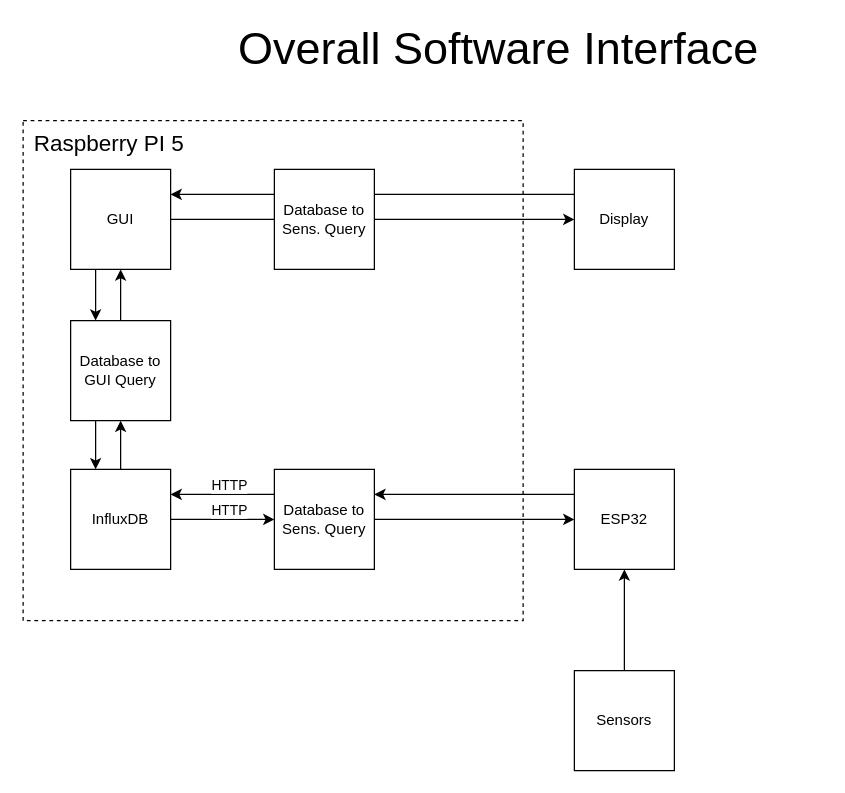
Before: diagrams/Overall_Software_Interface.drawio in martintara/kaffeknekt, a draw.io diagram. Source tidied: cells renumbered, new cells numbered last; positions are measured from the earlier drawing's top-left corner, leaving out a move shared by most shapes. Both pictures are drawn from the tidied source at 125%, with x=0, y=0 at pixel (21, 29).
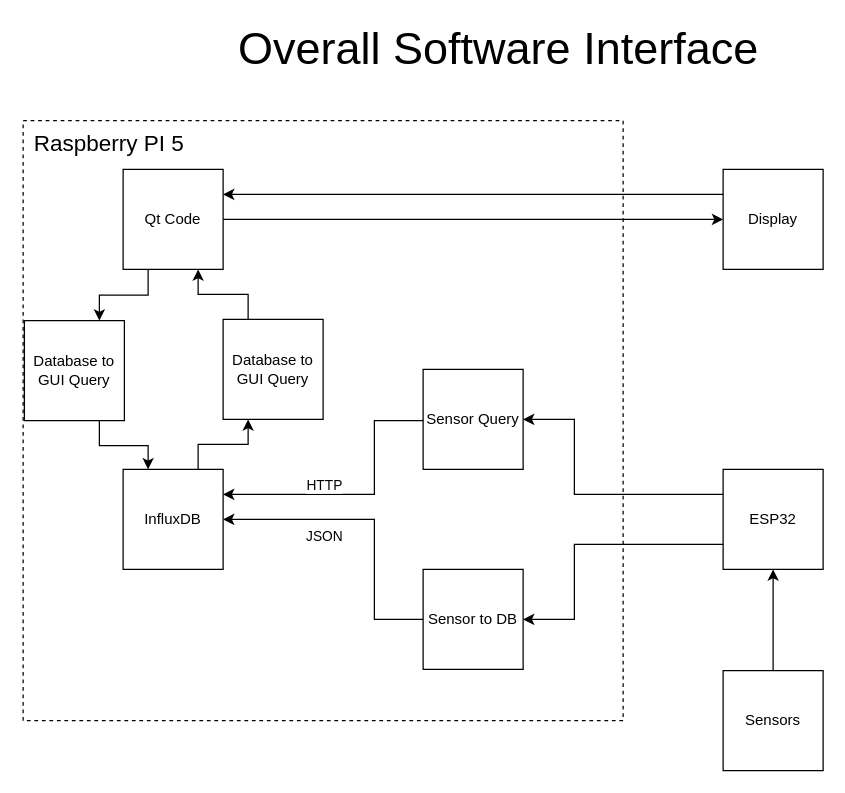
Above is the later version.

The edit, as a diff of the source:
```diff
@@
     <mxCell id="3" style="whiteSpace=wrap;html=1;dashed=1;fillColor=none;" parent="1" vertex="1">
-      <mxGeometry x="1" y="73" width="400" height="400" as="geometry" />
+      <mxGeometry x="1" y="73" width="480" height="480" as="geometry" />
     </mxCell>
-    <mxCell id="4" style="edgeStyle=orthogonalEdgeStyle;rounded=0;jettySize=auto;html=1;exitX=1;exitY=0.5;exitDx=0;exitDy=0;" parent="1" edge="1" source="7" target="21">
-      <mxGeometry relative="1" as="geometry" />
+    <mxCell id="4" style="edgeStyle=orthogonalEdgeStyle;rounded=0;jettySize=auto;html=1;entryX=1;entryY=0.5;entryDx=0;entryDy=0;" parent="1" edge="1" source="21" target="7">
+      <mxGeometry relative="1" as="geometry">
+        <Array as="points">
+          <mxPoint x="282" y="472" />
+          <mxPoint x="282" y="392" />
+        </Array>
+      </mxGeometry>
     </mxCell>
-    <mxCell id="5" value="HTTP" style="edgeLabel;html=1;align=center;verticalAlign=middle;" parent="4" vertex="1">
+    <mxCell id="5" value="JSON" style="edgeLabel;html=1;align=center;verticalAlign=middle;" parent="4" vertex="1">
       <mxGeometry x="-0.07" y="-2" relative="1" as="geometry">
-        <mxPoint x="7" y="-10" as="offset" />
+        <mxPoint x="-43" y="6" as="offset" />
       </mxGeometry>
     </mxCell>
-    <mxCell id="6" style="edgeStyle=orthogonalEdgeStyle;rounded=0;jettySize=auto;html=1;exitX=0.5;exitY=0;exitDx=0;exitDy=0;entryX=0.5;entryY=1;entryDx=0;entryDy=0;" parent="1" edge="1" source="7" target="24">
+    <mxCell id="6" style="edgeStyle=orthogonalEdgeStyle;rounded=0;jettySize=auto;html=1;exitX=0.75;exitY=0;exitDx=0;exitDy=0;entryX=0.25;entryY=1;entryDx=0;entryDy=0;" parent="1" edge="1" source="7" target="24">
       <mxGeometry relative="1" as="geometry" />
     </mxCell>
     <mxCell id="7" value="InfluxDB" style="whiteSpace=wrap;html=1;" parent="1" vertex="1">
-      <mxGeometry x="39" y="352" width="80" height="80" as="geometry" />
+      <mxGeometry x="81" y="352" width="80" height="80" as="geometry" />
     </mxCell>
@@
-    <mxCell id="9" style="edgeStyle=orthogonalEdgeStyle;rounded=0;jettySize=auto;html=1;exitX=0.25;exitY=1;exitDx=0;exitDy=0;entryX=0.25;entryY=0;entryDx=0;entryDy=0;" parent="1" edge="1" source="10" target="24">
-      <mxGeometry relative="1" as="geometry" />
-    </mxCell>
+    <mxCell id="26" style="edgeStyle=orthogonalEdgeStyle;rounded=0;jettySize=auto;html=1;exitX=0.25;exitY=1;exitDx=0;exitDy=0;entryX=0.75;entryY=0;entryDx=0;entryDy=0;" parent="1" edge="1" source="10" target="29">
+      <mxGeometry relative="1" as="geometry" />
+    </mxCell>
-    <mxCell id="10" value="GUI" style="whiteSpace=wrap;html=1;" parent="1" vertex="1">
-      <mxGeometry x="39" y="112" width="80" height="80" as="geometry" />
+    <mxCell id="10" value="Qt Code" style="whiteSpace=wrap;html=1;" parent="1" vertex="1">
+      <mxGeometry x="81" y="112" width="80" height="80" as="geometry" />
     </mxCell>
@@
-    <mxCell id="12" style="edgeStyle=orthogonalEdgeStyle;rounded=0;jettySize=auto;html=1;exitX=0;exitY=0.25;exitDx=0;exitDy=0;entryX=1;entryY=0.25;entryDx=0;entryDy=0;" parent="1" edge="1" source="13" target="21">
-      <mxGeometry relative="1" as="geometry" />
-    </mxCell>
+    <mxCell id="27" style="edgeStyle=orthogonalEdgeStyle;rounded=0;jettySize=auto;html=1;exitX=0;exitY=0.25;exitDx=0;exitDy=0;entryX=1;entryY=0.5;entryDx=0;entryDy=0;" parent="1" edge="1" source="13" target="30">
+      <mxGeometry relative="1" as="geometry">
+        <Array as="points">
+          <mxPoint x="442" y="372" />
+          <mxPoint x="442" y="312" />
+        </Array>
+      </mxGeometry>
+    </mxCell>
     <mxCell id="13" value="ESP32" style="whiteSpace=wrap;html=1;" parent="1" vertex="1">
-      <mxGeometry x="442" y="352" width="80" height="80" as="geometry" />
+      <mxGeometry x="561" y="352" width="80" height="80" as="geometry" />
     </mxCell>
@@
     <mxCell id="15" value="Sensors" style="whiteSpace=wrap;html=1;" parent="1" vertex="1">
-      <mxGeometry x="442" y="513" width="80" height="80" as="geometry" />
+      <mxGeometry x="561" y="513" width="80" height="80" as="geometry" />
     </mxCell>
@@
     <mxCell id="17" value="Display" style="whiteSpace=wrap;html=1;" parent="1" vertex="1">
-      <mxGeometry x="442" y="112" width="80" height="80" as="geometry" />
+      <mxGeometry x="561" y="112" width="80" height="80" as="geometry" />
     </mxCell>
-    <mxCell id="18" style="edgeStyle=orthogonalEdgeStyle;rounded=0;jettySize=auto;html=1;exitX=1;exitY=0.5;exitDx=0;exitDy=0;entryX=0;entryY=0.5;entryDx=0;entryDy=0;" parent="1" edge="1" source="21" target="13">
-      <mxGeometry relative="1" as="geometry" />
+    <mxCell id="18" style="edgeStyle=orthogonalEdgeStyle;rounded=0;jettySize=auto;html=1;exitX=0;exitY=0.75;exitDx=0;exitDy=0;entryX=1;entryY=0.5;entryDx=0;entryDy=0;" parent="1" edge="1" source="13" target="21">
+      <mxGeometry relative="1" as="geometry">
+        <Array as="points">
+          <mxPoint x="442" y="412" />
+          <mxPoint x="442" y="472" />
+        </Array>
+      </mxGeometry>
     </mxCell>
-    <mxCell id="19" style="edgeStyle=orthogonalEdgeStyle;rounded=0;jettySize=auto;html=1;exitX=0;exitY=0.25;exitDx=0;exitDy=0;entryX=1;entryY=0.25;entryDx=0;entryDy=0;" parent="1" edge="1" source="21" target="7">
-      <mxGeometry relative="1" as="geometry" />
+    <mxCell id="19" style="edgeStyle=orthogonalEdgeStyle;rounded=0;jettySize=auto;html=1;exitX=0;exitY=0.5;exitDx=0;exitDy=0;entryX=1;entryY=0.25;entryDx=0;entryDy=0;" parent="1" edge="1" source="30" target="7">
+      <mxGeometry relative="1" as="geometry">
+        <Array as="points">
+          <mxPoint x="321" y="313" />
+          <mxPoint x="282" y="313" />
+          <mxPoint x="282" y="372" />
+        </Array>
+      </mxGeometry>
     </mxCell>
     <mxCell id="20" value="HTTP" style="edgeLabel;html=1;align=center;verticalAlign=middle;" parent="19" vertex="1">
       <mxGeometry x="-0.1" y="1" relative="1" as="geometry">
-        <mxPoint y="-9" as="offset" />
+        <mxPoint x="-41" y="-9" as="offset" />
       </mxGeometry>
     </mxCell>
-    <mxCell id="21" value="Database to Sens. Query" style="whiteSpace=wrap;html=1;" parent="1" vertex="1">
-      <mxGeometry x="202" y="352" width="80" height="80" as="geometry" />
+    <mxCell id="21" value="Sensor to DB" style="whiteSpace=wrap;html=1;" parent="1" vertex="1">
+      <mxGeometry x="321" y="432" width="80" height="80" as="geometry" />
     </mxCell>
-    <mxCell id="22" style="edgeStyle=orthogonalEdgeStyle;rounded=0;jettySize=auto;html=1;exitX=0.25;exitY=1;exitDx=0;exitDy=0;entryX=0.25;entryY=0;entryDx=0;entryDy=0;" parent="1" edge="1" source="24" target="7">
-      <mxGeometry relative="1" as="geometry" />
-    </mxCell>
-    <mxCell id="23" style="edgeStyle=orthogonalEdgeStyle;rounded=0;jettySize=auto;html=1;exitX=0.5;exitY=0;exitDx=0;exitDy=0;entryX=0.5;entryY=1;entryDx=0;entryDy=0;" parent="1" edge="1" source="24" target="10">
+    <mxCell id="23" style="edgeStyle=orthogonalEdgeStyle;rounded=0;jettySize=auto;html=1;exitX=0.25;exitY=0;exitDx=0;exitDy=0;entryX=0.75;entryY=1;entryDx=0;entryDy=0;" parent="1" edge="1" source="24" target="10">
       <mxGeometry relative="1" as="geometry" />
     </mxCell>
     <mxCell id="24" value="Database to GUI Query" style="whiteSpace=wrap;html=1;" parent="1" vertex="1">
-      <mxGeometry x="39" y="233" width="80" height="80" as="geometry" />
+      <mxGeometry x="161" y="232" width="80" height="80" as="geometry" />
     </mxCell>
-    <mxCell id="25" value="Database to Sens. Query" style="whiteSpace=wrap;html=1;" parent="1" vertex="1">
-      <mxGeometry x="202" y="112" width="80" height="80" as="geometry" />
-    </mxCell>
+    <mxCell id="28" style="edgeStyle=orthogonalEdgeStyle;rounded=0;jettySize=auto;html=1;exitX=0.75;exitY=1;exitDx=0;exitDy=0;entryX=0.25;entryY=0;entryDx=0;entryDy=0;" parent="1" edge="1" source="29" target="7">
+      <mxGeometry relative="1" as="geometry" />
+    </mxCell>
+    <mxCell id="29" value="Database to GUI Query" style="whiteSpace=wrap;html=1;" parent="1" vertex="1">
+      <mxGeometry x="2" y="233" width="80" height="80" as="geometry" />
+    </mxCell>
+    <mxCell id="30" value="Sensor Query" style="whiteSpace=wrap;html=1;" parent="1" vertex="1">
+      <mxGeometry x="321" y="272" width="80" height="80" as="geometry" />
+    </mxCell>
```
